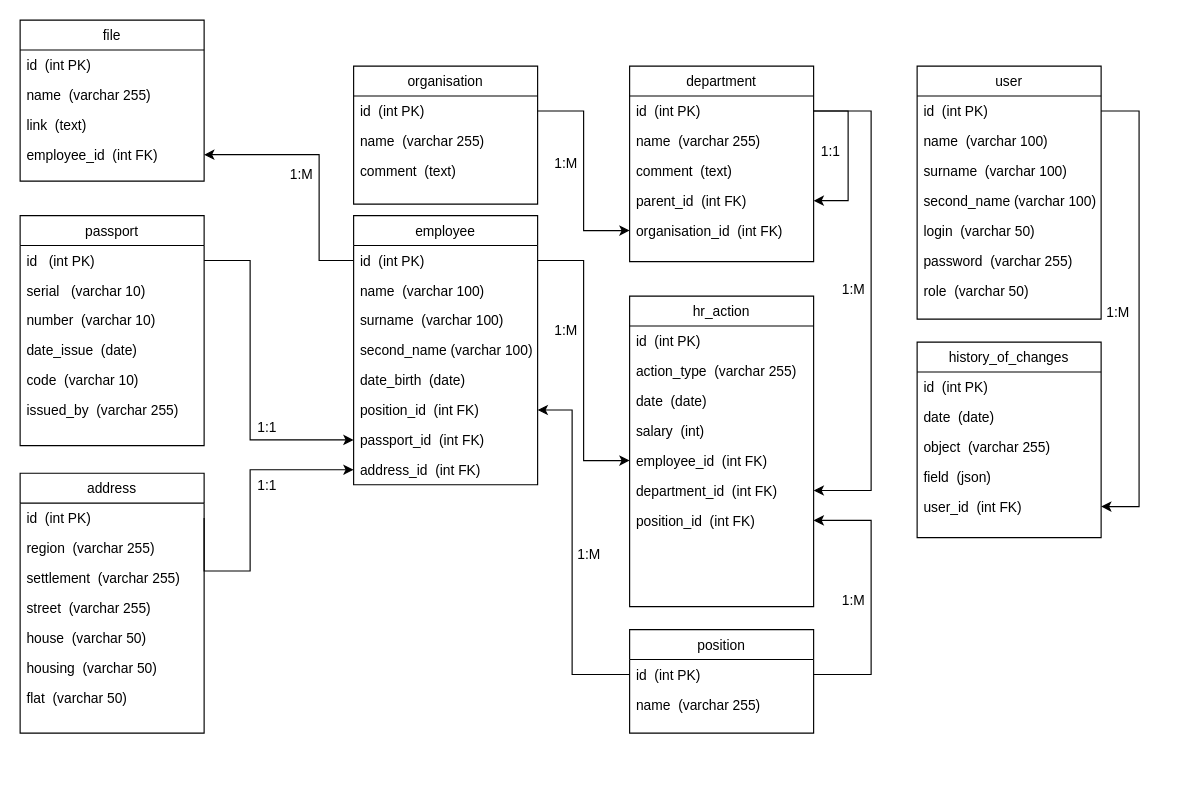
Above: docs/DB_diagram.drawio in XenoPOMP/areal-hr-test-2024 (draw.io), before the change. Source tidied: cells renumbered, new cells numbered last; positions are measured from the earlier drawing's top-left corner, leaving out a move shared by most shapes. Both pictures are drawn from the tidied source at 115%, with x=0, y=0 at pixel (20, 20).
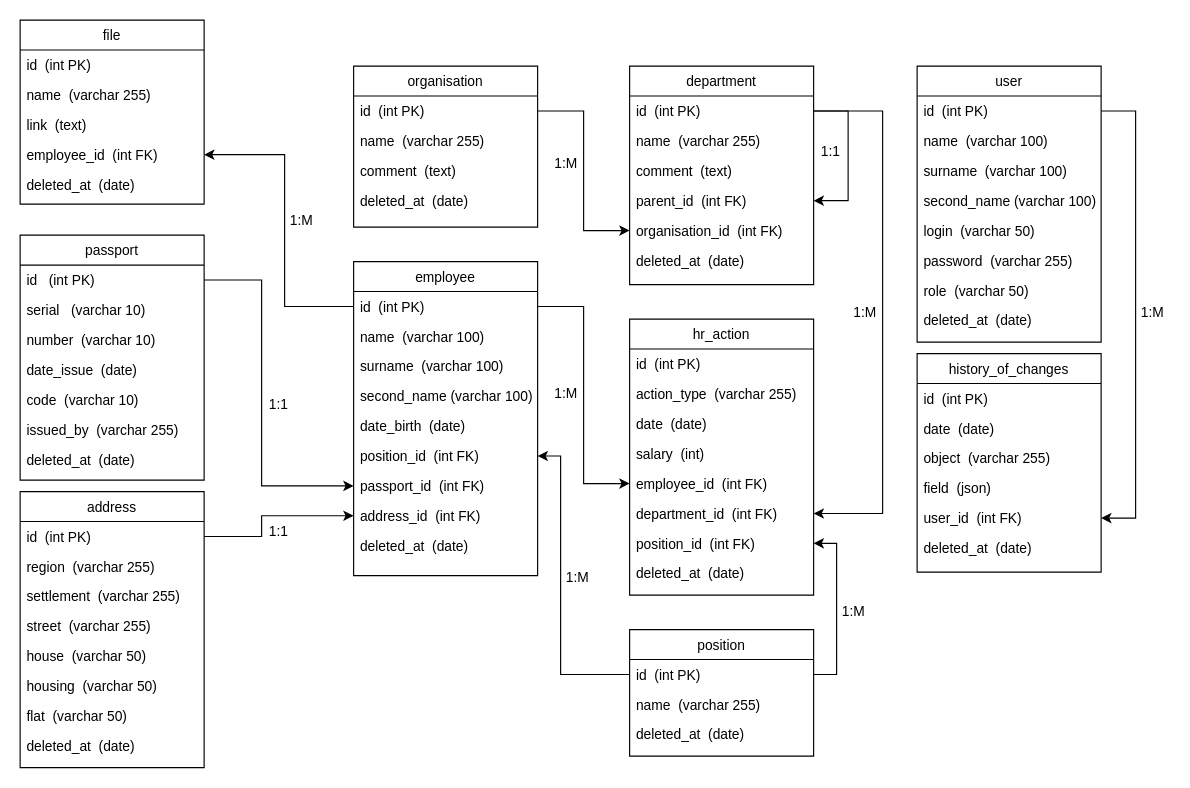
Above is the later version.

The change refers to these unchanged cells:
```xml
<mxCell id="3" value="id  (int PK)" style="text;align=left;verticalAlign=top;spacingLeft=4;spacingRight=4;overflow=hidden;points=[[0,0.5],[1,0.5]];portConstraint=eastwest;" parent="2" vertex="1">
  <mxGeometry y="26" width="160" height="26" as="geometry" />
</mxCell>
<mxCell id="8" value="id  (int PK)" style="text;align=left;verticalAlign=top;spacingLeft=4;spacingRight=4;overflow=hidden;points=[[0,0.5],[1,0.5]];portConstraint=eastwest;" parent="6" vertex="1">
  <mxGeometry y="26" width="160" height="26" as="geometry" />
</mxCell>
<mxCell id="12" value="organisation_id  (int FK)" style="text;align=left;verticalAlign=top;spacingLeft=4;spacingRight=4;overflow=hidden;points=[[0,0.5],[1,0.5]];portConstraint=eastwest;rounded=0;shadow=0;html=0;" parent="6" vertex="1">
  <mxGeometry y="130" width="160" height="26" as="geometry" />
</mxCell>
<mxCell id="14" value="id  (int PK)" style="text;align=left;verticalAlign=top;spacingLeft=4;spacingRight=4;overflow=hidden;points=[[0,0.5],[1,0.5]];portConstraint=eastwest;" parent="13" vertex="1">
  <mxGeometry y="26" width="160" height="26" as="geometry" />
</mxCell>
<mxCell id="17" value="id  (int PK)" style="text;align=left;verticalAlign=top;spacingLeft=4;spacingRight=4;overflow=hidden;points=[[0,0.5],[1,0.5]];portConstraint=eastwest;" parent="16" vertex="1">
  <mxGeometry y="26" width="160" height="26" as="geometry" />
</mxCell>
<mxCell id="22" value="position_id  (int FK)" style="text;align=left;verticalAlign=top;spacingLeft=4;spacingRight=4;overflow=hidden;points=[[0,0.5],[1,0.5]];portConstraint=eastwest;rounded=0;shadow=0;html=0;" parent="16" vertex="1">
  <mxGeometry y="156" width="160" height="26" as="geometry" />
</mxCell>
<mxCell id="23" value="passport_id  (int FK)" style="text;align=left;verticalAlign=top;spacingLeft=4;spacingRight=4;overflow=hidden;points=[[0,0.5],[1,0.5]];portConstraint=eastwest;rounded=0;shadow=0;html=0;" parent="16" vertex="1">
  <mxGeometry y="182" width="160" height="26" as="geometry" />
</mxCell>
<mxCell id="24" value="address_id  (int FK)" style="text;align=left;verticalAlign=top;spacingLeft=4;spacingRight=4;overflow=hidden;points=[[0,0.5],[1,0.5]];portConstraint=eastwest;rounded=0;shadow=0;html=0;" parent="16" vertex="1">
  <mxGeometry y="208" width="160" height="26" as="geometry" />
</mxCell>
<mxCell id="29" value="employee_id  (int FK)" style="text;align=left;verticalAlign=top;spacingLeft=4;spacingRight=4;overflow=hidden;points=[[0,0.5],[1,0.5]];portConstraint=eastwest;rounded=0;shadow=0;html=0;" parent="25" vertex="1">
  <mxGeometry y="104" width="160" height="26" as="geometry" />
</mxCell>
<mxCell id="31" value="id  (int PK)" style="text;align=left;verticalAlign=top;spacingLeft=4;spacingRight=4;overflow=hidden;points=[[0,0.5],[1,0.5]];portConstraint=eastwest;" parent="30" vertex="1">
  <mxGeometry y="26" width="160" height="26" as="geometry" />
</mxCell>
<mxCell id="39" value="id   (int PK)" style="text;align=left;verticalAlign=top;spacingLeft=4;spacingRight=4;overflow=hidden;points=[[0,0.5],[1,0.5]];portConstraint=eastwest;" parent="38" vertex="1">
  <mxGeometry y="26" width="160" height="26" as="geometry" />
</mxCell>
<mxCell id="46" value="id  (int PK)" style="text;align=left;verticalAlign=top;spacingLeft=4;spacingRight=4;overflow=hidden;points=[[0,0.5],[1,0.5]];portConstraint=eastwest;" parent="45" vertex="1">
  <mxGeometry y="26" width="160" height="26" as="geometry" />
</mxCell>
<mxCell id="58" value="user_id  (int FK)" style="text;align=left;verticalAlign=top;spacingLeft=4;spacingRight=4;overflow=hidden;points=[[0,0.5],[1,0.5]];portConstraint=eastwest;rounded=0;shadow=0;html=0;" parent="53" vertex="1">
  <mxGeometry y="130" width="160" height="26" as="geometry" />
</mxCell>
<mxCell id="64" value="employee_id  (int FK)" style="text;align=left;verticalAlign=top;spacingLeft=4;spacingRight=4;overflow=hidden;points=[[0,0.5],[1,0.5]];portConstraint=eastwest;rounded=0;shadow=0;html=0;" parent="59" vertex="1">
  <mxGeometry y="130" width="160" height="26" as="geometry" />
</mxCell>
<mxCell id="65" value="department_id  (int FK)" style="text;align=left;verticalAlign=top;spacingLeft=4;spacingRight=4;overflow=hidden;points=[[0,0.5],[1,0.5]];portConstraint=eastwest;rounded=0;shadow=0;html=0;" parent="59" vertex="1">
  <mxGeometry y="156" width="160" height="26" as="geometry" />
</mxCell>
<mxCell id="66" value="position_id  (int FK)" style="text;align=left;verticalAlign=top;spacingLeft=4;spacingRight=4;overflow=hidden;points=[[0,0.5],[1,0.5]];portConstraint=eastwest;rounded=0;shadow=0;html=0;" parent="59" vertex="1">
  <mxGeometry y="182" width="160" height="26" as="geometry" />
</mxCell>
```

Diff of the diagram source:
```diff
@@
     <mxCell id="2" value="organisation" style="swimlane;fontStyle=0;align=center;verticalAlign=top;horizontal=1;startSize=26;rounded=0;shadow=0;strokeWidth=1;" parent="1" vertex="1">
-      <mxGeometry x="290" y="40" width="160" height="120" as="geometry" />
+      <mxGeometry x="290" y="40" width="160" height="140" as="geometry" />
     </mxCell>
@@
+    <mxCell id="86" value="deleted_at  (date)" style="text;align=left;verticalAlign=top;spacingLeft=4;spacingRight=4;overflow=hidden;rounded=0;shadow=0;html=0;" parent="2" vertex="1">
+      <mxGeometry y="104" width="160" height="26" as="geometry" />
+    </mxCell>
     <mxCell id="6" value="department" style="swimlane;fontStyle=0;align=center;verticalAlign=top;horizontal=1;startSize=26;rounded=0;shadow=0;strokeWidth=1;" parent="1" vertex="1">
-      <mxGeometry x="530" y="40" width="160" height="170" as="geometry" />
+      <mxGeometry x="530" y="40" width="160" height="190" as="geometry" />
     </mxCell>
@@
+    <mxCell id="87" value="deleted_at  (date)" style="text;align=left;verticalAlign=top;spacingLeft=4;spacingRight=4;overflow=hidden;rounded=0;shadow=0;html=0;" parent="6" vertex="1">
+      <mxGeometry y="156" width="160" height="26" as="geometry" />
+    </mxCell>
     <mxCell id="13" value="position" style="swimlane;fontStyle=0;align=center;verticalAlign=top;horizontal=1;startSize=26;rounded=0;shadow=0;strokeWidth=1;" parent="1" vertex="1">
-      <mxGeometry x="530" y="530" width="160" height="90" as="geometry" />
+      <mxGeometry x="530" y="530" width="160" height="110" as="geometry" />
     </mxCell>
@@
+    <mxCell id="88" value="deleted_at  (date)" style="text;align=left;verticalAlign=top;spacingLeft=4;spacingRight=4;overflow=hidden;rounded=0;shadow=0;html=0;" parent="13" vertex="1">
+      <mxGeometry y="78" width="160" height="26" as="geometry" />
+    </mxCell>
     <mxCell id="16" value="employee" style="swimlane;fontStyle=0;align=center;verticalAlign=top;horizontal=1;startSize=26;rounded=0;shadow=0;strokeWidth=1;" parent="1" vertex="1">
-      <mxGeometry x="290" y="170" width="160" height="234" as="geometry" />
+      <mxGeometry x="290" y="210" width="160" height="273" as="geometry" />
     </mxCell>
@@
+    <mxCell id="89" value="deleted_at  (date)" style="text;align=left;verticalAlign=top;spacingLeft=4;spacingRight=4;overflow=hidden;rounded=0;shadow=0;html=0;" parent="16" vertex="1">
+      <mxGeometry y="234" width="160" height="26" as="geometry" />
+    </mxCell>
     <mxCell id="25" value="file" style="swimlane;fontStyle=0;align=center;verticalAlign=top;horizontal=1;startSize=26;rounded=0;shadow=0;strokeWidth=1;" parent="1" vertex="1">
-      <mxGeometry width="160" height="140" as="geometry" />
+      <mxGeometry width="160" height="160" as="geometry" />
     </mxCell>
@@
+    <mxCell id="90" value="deleted_at  (date)" style="text;align=left;verticalAlign=top;spacingLeft=4;spacingRight=4;overflow=hidden;rounded=0;shadow=0;html=0;" parent="25" vertex="1">
+      <mxGeometry y="130" width="160" height="26" as="geometry" />
+    </mxCell>
     <mxCell id="30" value="user" style="swimlane;fontStyle=0;align=center;verticalAlign=top;horizontal=1;startSize=26;rounded=0;shadow=0;strokeWidth=1;" parent="1" vertex="1">
-      <mxGeometry x="780" y="40" width="160" height="220" as="geometry" />
+      <mxGeometry x="780" y="40" width="160" height="240" as="geometry" />
     </mxCell>
@@
+    <mxCell id="91" value="deleted_at  (date)" style="text;align=left;verticalAlign=top;spacingLeft=4;spacingRight=4;overflow=hidden;rounded=0;shadow=0;html=0;" parent="30" vertex="1">
+      <mxGeometry y="208" width="160" height="26" as="geometry" />
+    </mxCell>
     <mxCell id="38" value="passport" style="swimlane;fontStyle=0;align=center;verticalAlign=top;horizontal=1;startSize=26;rounded=0;shadow=0;strokeWidth=1;" parent="1" vertex="1">
-      <mxGeometry y="170" width="160" height="200" as="geometry" />
+      <mxGeometry y="187" width="160" height="213" as="geometry" />
     </mxCell>
@@
+    <mxCell id="92" value="deleted_at  (date)" style="text;align=left;verticalAlign=top;spacingLeft=4;spacingRight=4;overflow=hidden;rounded=0;shadow=0;html=0;" parent="38" vertex="1">
+      <mxGeometry y="182" width="160" height="26" as="geometry" />
+    </mxCell>
     <mxCell id="45" value="address" style="swimlane;fontStyle=0;align=center;verticalAlign=top;horizontal=1;startSize=26;rounded=0;shadow=0;strokeWidth=1;" parent="1" vertex="1">
-      <mxGeometry y="394" width="160" height="226" as="geometry" />
+      <mxGeometry y="410" width="160" height="240" as="geometry" />
     </mxCell>
@@
+    <mxCell id="93" value="deleted_at  (date)" style="text;align=left;verticalAlign=top;spacingLeft=4;spacingRight=4;overflow=hidden;rounded=0;shadow=0;html=0;" parent="45" vertex="1">
+      <mxGeometry y="208" width="160" height="26" as="geometry" />
+    </mxCell>
     <mxCell id="53" value="history_of_changes" style="swimlane;fontStyle=0;align=center;verticalAlign=top;horizontal=1;startSize=26;rounded=0;shadow=0;strokeWidth=1;" parent="1" vertex="1">
-      <mxGeometry x="780" y="280" width="160" height="170" as="geometry" />
+      <mxGeometry x="780" y="290" width="160" height="190" as="geometry" />
     </mxCell>
@@
+    <mxCell id="94" value="deleted_at  (date)" style="text;align=left;verticalAlign=top;spacingLeft=4;spacingRight=4;overflow=hidden;rounded=0;shadow=0;html=0;" parent="53" vertex="1">
+      <mxGeometry y="156" width="160" height="26" as="geometry" />
+    </mxCell>
     <mxCell id="59" value="hr_action" style="swimlane;fontStyle=0;align=center;verticalAlign=top;horizontal=1;startSize=26;rounded=0;shadow=0;strokeWidth=1;" parent="1" vertex="1">
-      <mxGeometry x="530" y="240" width="160" height="270" as="geometry" />
+      <mxGeometry x="530" y="260" width="160" height="240" as="geometry" />
     </mxCell>
@@
-    <mxCell id="67" style="edgeStyle=orthogonalEdgeStyle;rounded=0;jettySize=auto;html=1;exitX=1;exitY=0.5;exitDx=0;exitDy=0;entryX=0;entryY=0.5;entryDx=0;entryDy=0;" parent="1" edge="1" source="17" target="64">
-      <mxGeometry relative="1" as="geometry">
-        <Array as="points">
-          <mxPoint x="490" y="209" />
-          <mxPoint x="490" y="383" />
-        </Array>
-      </mxGeometry>
-    </mxCell>
-    <mxCell id="68" style="edgeStyle=orthogonalEdgeStyle;rounded=0;jettySize=auto;html=1;exitX=0;exitY=0.5;exitDx=0;exitDy=0;entryX=1;entryY=0.5;entryDx=0;entryDy=0;" parent="1" edge="1" source="14" target="22">
-      <mxGeometry relative="1" as="geometry">
-        <Array as="points">
-          <mxPoint x="480" y="569" />
-          <mxPoint x="480" y="339" />
-        </Array>
-      </mxGeometry>
-    </mxCell>
-    <mxCell id="69" style="edgeStyle=orthogonalEdgeStyle;rounded=0;jettySize=auto;html=1;exitX=1;exitY=0.5;exitDx=0;exitDy=0;entryX=1;entryY=0.5;entryDx=0;entryDy=0;" parent="1" edge="1" source="8" target="65">
-      <mxGeometry relative="1" as="geometry">
-        <Array as="points">
-          <mxPoint x="740" y="79" />
-          <mxPoint x="740" y="409" />
-        </Array>
-      </mxGeometry>
-    </mxCell>
+    <mxCell id="95" value="deleted_at  (date)" style="text;align=left;verticalAlign=top;spacingLeft=4;spacingRight=4;overflow=hidden;rounded=0;shadow=0;html=0;" parent="59" vertex="1">
+      <mxGeometry y="208" width="160" height="26" as="geometry" />
+    </mxCell>
     <mxCell id="70" style="edgeStyle=orthogonalEdgeStyle;rounded=0;jettySize=auto;html=1;exitX=1;exitY=0.5;exitDx=0;exitDy=0;" parent="1" edge="1" source="3" target="12">
-      <mxGeometry relative="1" as="geometry" />
+      <mxGeometry relative="1" as="geometry">
+        <Array as="points">
+          <mxPoint x="490" y="79" />
+          <mxPoint x="490" y="183" />
+        </Array>
+      </mxGeometry>
     </mxCell>
-    <mxCell id="71" style="edgeStyle=orthogonalEdgeStyle;rounded=0;jettySize=auto;html=1;exitX=1;exitY=0.5;exitDx=0;exitDy=0;entryX=1;entryY=0.5;entryDx=0;entryDy=0;" parent="1" edge="1" source="31" target="58">
-      <mxGeometry relative="1" as="geometry">
-        <Array as="points">
-          <mxPoint x="973" y="79" />
-          <mxPoint x="973" y="423" />
-        </Array>
-      </mxGeometry>
-    </mxCell>
-    <mxCell id="72" style="edgeStyle=orthogonalEdgeStyle;rounded=0;jettySize=auto;html=1;exitX=1;exitY=0.5;exitDx=0;exitDy=0;entryX=1;entryY=0.5;entryDx=0;entryDy=0;" parent="1" edge="1" source="14" target="66">
-      <mxGeometry relative="1" as="geometry">
-        <Array as="points">
-          <mxPoint x="740" y="569" />
-          <mxPoint x="740" y="435" />
-        </Array>
-      </mxGeometry>
-    </mxCell>
-    <mxCell id="73" style="edgeStyle=orthogonalEdgeStyle;rounded=0;jettySize=auto;html=1;exitX=1;exitY=0.5;exitDx=0;exitDy=0;entryX=0;entryY=0.5;entryDx=0;entryDy=0;" parent="1" edge="1" source="39" target="23">
-      <mxGeometry relative="1" as="geometry">
-        <Array as="points">
-          <mxPoint x="200" y="209" />
-          <mxPoint x="200" y="365" />
-        </Array>
-      </mxGeometry>
-    </mxCell>
-    <mxCell id="74" style="edgeStyle=orthogonalEdgeStyle;rounded=0;jettySize=auto;html=1;exitX=1;exitY=0.5;exitDx=0;exitDy=0;entryX=0;entryY=0.5;entryDx=0;entryDy=0;" parent="1" edge="1" source="46" target="24">
-      <mxGeometry relative="1" as="geometry">
-        <Array as="points">
-          <mxPoint x="200" y="479" />
-          <mxPoint x="200" y="391" />
-        </Array>
-      </mxGeometry>
-    </mxCell>
-    <mxCell id="75" style="edgeStyle=orthogonalEdgeStyle;rounded=0;jettySize=auto;html=1;exitX=0;exitY=0.5;exitDx=0;exitDy=0;" parent="1" edge="1" source="17" target="29">
-      <mxGeometry relative="1" as="geometry">
-        <Array as="points">
-          <mxPoint x="260" y="209" />
-          <mxPoint x="260" y="117" />
-        </Array>
-      </mxGeometry>
-    </mxCell>
     <mxCell id="76" value="1:M" style="text;html=1;align=center;verticalAlign=middle;whiteSpace=wrap;rounded=0;" parent="1" vertex="1">
-      <mxGeometry x="230" y="120" width="30" height="30" as="geometry" />
+      <mxGeometry x="230" y="160" width="30" height="30" as="geometry" />
     </mxCell>
     <mxCell id="77" value="1:1" style="text;html=1;align=center;verticalAlign=middle;whiteSpace=wrap;rounded=0;" parent="1" vertex="1">
-      <mxGeometry x="200" y="340" width="30" height="30" as="geometry" />
+      <mxGeometry x="210" y="320" width="30" height="30" as="geometry" />
     </mxCell>
     <mxCell id="78" value="1:1" style="text;html=1;align=center;verticalAlign=middle;whiteSpace=wrap;rounded=0;" parent="1" vertex="1">
-      <mxGeometry x="200" y="390" width="30" height="30" as="geometry" />
+      <mxGeometry x="210" y="430" width="30" height="30" as="geometry" />
     </mxCell>
@@
     <mxCell id="80" value="1:M" style="text;html=1;align=center;verticalAlign=middle;whiteSpace=wrap;rounded=0;" parent="1" vertex="1">
-      <mxGeometry x="460" y="255" width="30" height="30" as="geometry" />
+      <mxGeometry x="460" y="310" width="30" height="30" as="geometry" />
     </mxCell>
     <mxCell id="81" value="1:M" style="text;html=1;align=center;verticalAlign=middle;whiteSpace=wrap;rounded=0;" parent="1" vertex="1">
-      <mxGeometry x="480" y="450" width="30" height="30" as="geometry" />
+      <mxGeometry x="470" y="470" width="30" height="30" as="geometry" />
     </mxCell>
     <mxCell id="82" value="1:M" style="text;html=1;align=center;verticalAlign=middle;whiteSpace=wrap;rounded=0;" parent="1" vertex="1">
-      <mxGeometry x="710" y="490" width="30" height="30" as="geometry" />
+      <mxGeometry x="710" y="500" width="30" height="30" as="geometry" />
     </mxCell>
@@
     <mxCell id="84" value="1:M" style="text;html=1;align=center;verticalAlign=middle;whiteSpace=wrap;rounded=0;" parent="1" vertex="1">
-      <mxGeometry x="710" y="220" width="30" height="30" as="geometry" />
+      <mxGeometry x="720" y="240" width="30" height="30" as="geometry" />
     </mxCell>
     <mxCell id="85" value="1:M" style="text;html=1;align=center;verticalAlign=middle;whiteSpace=wrap;rounded=0;" parent="1" vertex="1">
-      <mxGeometry x="940" y="240" width="30" height="30" as="geometry" />
+      <mxGeometry x="970" y="240" width="30" height="30" as="geometry" />
     </mxCell>
+    <mxCell id="67" style="edgeStyle=orthogonalEdgeStyle;rounded=0;jettySize=auto;html=1;exitX=1;exitY=0.5;exitDx=0;exitDy=0;" parent="1" edge="1" source="17" target="64">
+      <mxGeometry relative="1" as="geometry" />
+    </mxCell>
+    <mxCell id="75" style="edgeStyle=orthogonalEdgeStyle;rounded=0;jettySize=auto;html=1;exitX=0;exitY=0.5;exitDx=0;exitDy=0;" parent="1" edge="1" source="17" target="29">
+      <mxGeometry relative="1" as="geometry">
+        <Array as="points">
+          <mxPoint x="230" y="249" />
+          <mxPoint x="230" y="117" />
+        </Array>
+      </mxGeometry>
+    </mxCell>
+    <mxCell id="74" style="edgeStyle=orthogonalEdgeStyle;rounded=0;jettySize=auto;html=1;exitX=1;exitY=0.5;exitDx=0;exitDy=0;entryX=0;entryY=0.5;entryDx=0;entryDy=0;" parent="1" edge="1" source="46" target="24">
+      <mxGeometry relative="1" as="geometry">
+        <Array as="points">
+          <mxPoint x="210" y="449" />
+          <mxPoint x="210" y="431" />
+        </Array>
+      </mxGeometry>
+    </mxCell>
+    <mxCell id="73" style="edgeStyle=orthogonalEdgeStyle;rounded=0;jettySize=auto;html=1;exitX=1;exitY=0.5;exitDx=0;exitDy=0;entryX=0;entryY=0.5;entryDx=0;entryDy=0;" parent="1" edge="1" source="39" target="23">
+      <mxGeometry relative="1" as="geometry">
+        <Array as="points">
+          <mxPoint x="210" y="226" />
+          <mxPoint x="210" y="405" />
+        </Array>
+      </mxGeometry>
+    </mxCell>
+    <mxCell id="68" style="edgeStyle=orthogonalEdgeStyle;rounded=0;jettySize=auto;html=1;exitX=0;exitY=0.5;exitDx=0;exitDy=0;" parent="1" edge="1" source="14" target="22">
+      <mxGeometry relative="1" as="geometry">
+        <Array as="points">
+          <mxPoint x="470" y="569" />
+          <mxPoint x="470" y="379" />
+        </Array>
+      </mxGeometry>
+    </mxCell>
+    <mxCell id="69" style="edgeStyle=orthogonalEdgeStyle;rounded=0;jettySize=auto;html=1;exitX=1;exitY=0.5;exitDx=0;exitDy=0;" parent="1" edge="1" source="8" target="65">
+      <mxGeometry relative="1" as="geometry">
+        <Array as="points">
+          <mxPoint x="750" y="79" />
+          <mxPoint x="750" y="429" />
+        </Array>
+      </mxGeometry>
+    </mxCell>
+    <mxCell id="72" style="edgeStyle=orthogonalEdgeStyle;rounded=0;jettySize=auto;html=1;exitX=1;exitY=0.5;exitDx=0;exitDy=0;" parent="1" edge="1" source="14" target="66">
+      <mxGeometry relative="1" as="geometry" />
+    </mxCell>
+    <mxCell id="71" style="edgeStyle=orthogonalEdgeStyle;rounded=0;jettySize=auto;html=1;exitX=1;exitY=0.5;exitDx=0;exitDy=0;" parent="1" edge="1" source="31" target="58">
+      <mxGeometry relative="1" as="geometry">
+        <Array as="points">
+          <mxPoint x="970" y="79" />
+          <mxPoint x="970" y="433" />
+        </Array>
+      </mxGeometry>
+    </mxCell>
```
